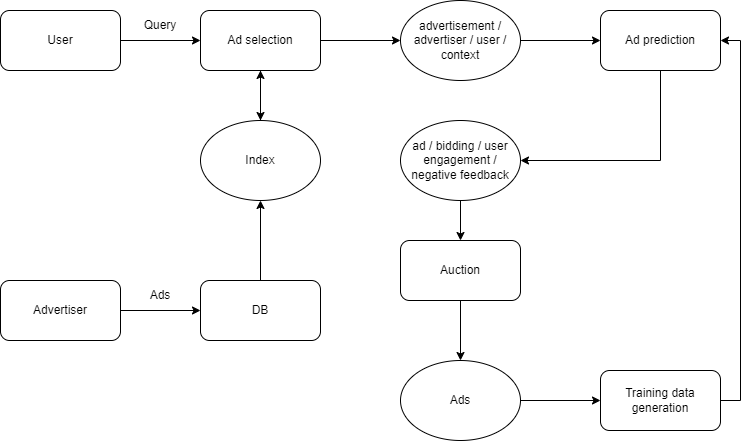
Earlier version of the draw.io export img/system-design/ad-prediction1.png (riehseun/riehseun.github.io). Source tidied: cells renumbered, new cells last; positions are measured from the earlier drawing's top-left corner, leaving out a move shared by most shapes.
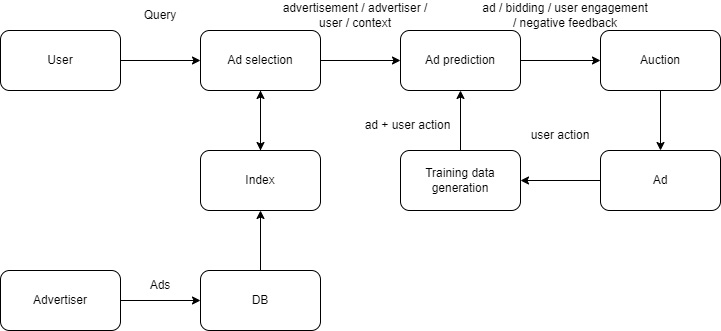
Above is the later version.

What changed in the source:
```diff
@@ -6,76 +6,80 @@
       <mxGeometry relative="1" as="geometry" />
     </mxCell>
     <mxCell id="3" value="User" style="rounded=1;whiteSpace=wrap;html=1;" parent="1" vertex="1">
-      <mxGeometry y="10" width="120" height="60" as="geometry" />
+      <mxGeometry y="110" width="120" height="60" as="geometry" />
     </mxCell>
-    <mxCell id="4" style="edgeStyle=orthogonalEdgeStyle;rounded=0;jettySize=auto;html=1;exitX=0.5;exitY=1;exitDx=0;exitDy=0;entryX=0.5;entryY=0;entryDx=0;entryDy=0;" parent="1" edge="1" source="6" target="9">
-      <mxGeometry relative="1" as="geometry" />
+    <mxCell id="4" style="edgeStyle=orthogonalEdgeStyle;rounded=0;jettySize=auto;html=1;exitX=0.5;exitY=1;exitDx=0;exitDy=0;entryX=0.5;entryY=0;entryDx=0;entryDy=0;" parent="1" edge="1" source="6">
+      <mxGeometry relative="1" as="geometry">
+        <mxPoint x="260" y="230" as="targetPoint" />
+      </mxGeometry>
     </mxCell>
-    <mxCell id="5" style="edgeStyle=orthogonalEdgeStyle;rounded=0;jettySize=auto;html=1;exitX=1;exitY=0.5;exitDx=0;exitDy=0;" parent="1" edge="1" source="6" target="16">
-      <mxGeometry relative="1" as="geometry" />
-    </mxCell>
+    <mxCell id="27" style="edgeStyle=orthogonalEdgeStyle;rounded=0;jettySize=auto;html=1;exitX=1;exitY=0.5;exitDx=0;exitDy=0;entryX=0;entryY=0.5;entryDx=0;entryDy=0;" parent="1" edge="1" source="6" target="18">
+      <mxGeometry relative="1" as="geometry" />
+    </mxCell>
     <mxCell id="6" value="Ad selection" style="rounded=1;whiteSpace=wrap;html=1;" parent="1" vertex="1">
-      <mxGeometry x="200" y="10" width="120" height="60" as="geometry" />
+      <mxGeometry x="200" y="110" width="120" height="60" as="geometry" />
     </mxCell>
     <mxCell id="7" value="Query" style="text;html=1;strokeColor=none;fillColor=none;align=center;verticalAlign=middle;whiteSpace=wrap;rounded=0;" parent="1" vertex="1">
-      <mxGeometry x="130" y="10" width="60" height="30" as="geometry" />
+      <mxGeometry x="130" y="80" width="60" height="30" as="geometry" />
     </mxCell>
-    <mxCell id="8" style="edgeStyle=orthogonalEdgeStyle;rounded=0;jettySize=auto;html=1;exitX=0.5;exitY=0;exitDx=0;exitDy=0;" parent="1" edge="1" source="9" target="6">
-      <mxGeometry relative="1" as="geometry" />
+    <mxCell id="8" style="edgeStyle=orthogonalEdgeStyle;rounded=0;jettySize=auto;html=1;exitX=0.5;exitY=0;exitDx=0;exitDy=0;" parent="1" edge="1" target="6">
+      <mxGeometry relative="1" as="geometry">
+        <mxPoint x="260" y="230" as="sourcePoint" />
+      </mxGeometry>
     </mxCell>
-    <mxCell id="9" value="Index" style="ellipse;whiteSpace=wrap;html=1;" parent="1" vertex="1">
-      <mxGeometry x="200" y="120" width="120" height="80" as="geometry" />
-    </mxCell>
     <mxCell id="10" style="edgeStyle=orthogonalEdgeStyle;rounded=0;jettySize=auto;html=1;exitX=0.5;exitY=0;exitDx=0;exitDy=0;entryX=0.5;entryY=1;entryDx=0;entryDy=0;" parent="1" edge="1" source="11" target="9">
       <mxGeometry relative="1" as="geometry" />
     </mxCell>
     <mxCell id="11" value="DB" style="rounded=1;whiteSpace=wrap;html=1;" parent="1" vertex="1">
-      <mxGeometry x="200" y="280" width="120" height="60" as="geometry" />
+      <mxGeometry x="200" y="350" width="120" height="60" as="geometry" />
     </mxCell>
     <mxCell id="12" style="edgeStyle=orthogonalEdgeStyle;rounded=0;jettySize=auto;html=1;exitX=1;exitY=0.5;exitDx=0;exitDy=0;" parent="1" edge="1" source="13" target="11">
       <mxGeometry relative="1" as="geometry" />
     </mxCell>
     <mxCell id="13" value="Advertiser" style="rounded=1;whiteSpace=wrap;html=1;" parent="1" vertex="1">
-      <mxGeometry y="280" width="120" height="60" as="geometry" />
+      <mxGeometry y="350" width="120" height="60" as="geometry" />
     </mxCell>
     <mxCell id="14" value="Ads" style="text;html=1;strokeColor=none;fillColor=none;align=center;verticalAlign=middle;whiteSpace=wrap;rounded=0;" parent="1" vertex="1">
-      <mxGeometry x="130" y="280" width="60" height="30" as="geometry" />
+      <mxGeometry x="130" y="350" width="60" height="30" as="geometry" />
     </mxCell>
-    <mxCell id="15" style="edgeStyle=orthogonalEdgeStyle;rounded=0;jettySize=auto;html=1;exitX=1;exitY=0.5;exitDx=0;exitDy=0;entryX=0;entryY=0.5;entryDx=0;entryDy=0;" parent="1" edge="1" source="16" target="18">
-      <mxGeometry relative="1" as="geometry" />
-    </mxCell>
+    <mxCell id="9" value="Index" style="rounded=1;whiteSpace=wrap;html=1;" parent="1" vertex="1">
+      <mxGeometry x="200" y="230" width="120" height="60" as="geometry" />
+    </mxCell>
+    <mxCell id="28" style="edgeStyle=orthogonalEdgeStyle;rounded=0;jettySize=auto;html=1;exitX=1;exitY=0.5;exitDx=0;exitDy=0;entryX=0;entryY=0.5;entryDx=0;entryDy=0;" parent="1" edge="1" source="18" target="22">
+      <mxGeometry relative="1" as="geometry" />
+    </mxCell>
+    <mxCell id="18" value="Ad prediction" style="rounded=1;whiteSpace=wrap;html=1;" parent="1" vertex="1">
+      <mxGeometry x="400" y="110" width="120" height="60" as="geometry" />
+    </mxCell>
+    <mxCell id="29" style="edgeStyle=orthogonalEdgeStyle;rounded=0;jettySize=auto;html=1;exitX=0.5;exitY=1;exitDx=0;exitDy=0;entryX=0.5;entryY=0;entryDx=0;entryDy=0;" parent="1" edge="1" source="22" target="31">
+      <mxGeometry relative="1" as="geometry" />
+    </mxCell>
+    <mxCell id="22" value="Auction" style="rounded=1;whiteSpace=wrap;html=1;" parent="1" vertex="1">
+      <mxGeometry x="600" y="110" width="120" height="60" as="geometry" />
+    </mxCell>
-    <mxCell id="16" value="advertisement / advertiser / user / context" style="ellipse;whiteSpace=wrap;html=1;" parent="1" vertex="1">
-      <mxGeometry x="400" width="120" height="80" as="geometry" />
+    <mxCell id="16" value="advertisement / advertiser / user / context" style="text;html=1;strokeColor=none;fillColor=none;align=center;verticalAlign=middle;whiteSpace=wrap;rounded=0;" parent="1" vertex="1">
+      <mxGeometry x="280" y="80" width="150" height="30" as="geometry" />
     </mxCell>
-    <mxCell id="17" style="edgeStyle=orthogonalEdgeStyle;rounded=0;jettySize=auto;html=1;exitX=0.5;exitY=1;exitDx=0;exitDy=0;entryX=1;entryY=0.5;entryDx=0;entryDy=0;" parent="1" edge="1" source="18" target="20">
-      <mxGeometry relative="1" as="geometry" />
-    </mxCell>
-    <mxCell id="18" value="Ad prediction" style="rounded=1;whiteSpace=wrap;html=1;" parent="1" vertex="1">
-      <mxGeometry x="600" y="10" width="120" height="60" as="geometry" />
-    </mxCell>
-    <mxCell id="19" style="edgeStyle=orthogonalEdgeStyle;rounded=0;jettySize=auto;html=1;exitX=0.5;exitY=1;exitDx=0;exitDy=0;entryX=0.5;entryY=0;entryDx=0;entryDy=0;" parent="1" edge="1" source="20" target="22">
-      <mxGeometry relative="1" as="geometry" />
-    </mxCell>
-    <mxCell id="20" value="ad / bidding / user engagement / negative feedback" style="ellipse;whiteSpace=wrap;html=1;" parent="1" vertex="1">
-      <mxGeometry x="400" y="120" width="120" height="80" as="geometry" />
+    <mxCell id="20" value="ad / bidding / user engagement / negative feedback" style="text;html=1;strokeColor=none;fillColor=none;align=center;verticalAlign=middle;whiteSpace=wrap;rounded=0;" parent="1" vertex="1">
+      <mxGeometry x="480" y="80" width="170" height="30" as="geometry" />
     </mxCell>
-    <mxCell id="21" style="edgeStyle=orthogonalEdgeStyle;rounded=0;jettySize=auto;html=1;exitX=0.5;exitY=1;exitDx=0;exitDy=0;" parent="1" edge="1" source="22" target="24">
-      <mxGeometry relative="1" as="geometry" />
-    </mxCell>
-    <mxCell id="22" value="Auction" style="rounded=1;whiteSpace=wrap;html=1;" parent="1" vertex="1">
-      <mxGeometry x="400" y="240" width="120" height="60" as="geometry" />
-    </mxCell>
-    <mxCell id="23" style="edgeStyle=orthogonalEdgeStyle;rounded=0;jettySize=auto;html=1;exitX=1;exitY=0.5;exitDx=0;exitDy=0;entryX=0;entryY=0.5;entryDx=0;entryDy=0;" parent="1" edge="1" source="24" target="26">
-      <mxGeometry relative="1" as="geometry" />
-    </mxCell>
-    <mxCell id="24" value="Ads" style="ellipse;whiteSpace=wrap;html=1;" parent="1" vertex="1">
-      <mxGeometry x="400" y="360" width="120" height="80" as="geometry" />
-    </mxCell>
+    <mxCell id="30" style="edgeStyle=orthogonalEdgeStyle;rounded=0;jettySize=auto;html=1;exitX=0;exitY=0.5;exitDx=0;exitDy=0;entryX=1;entryY=0.5;entryDx=0;entryDy=0;" parent="1" edge="1" source="31" target="26">
+      <mxGeometry relative="1" as="geometry" />
+    </mxCell>
+    <mxCell id="31" value="Ad" style="rounded=1;whiteSpace=wrap;html=1;" parent="1" vertex="1">
+      <mxGeometry x="600" y="230" width="120" height="60" as="geometry" />
+    </mxCell>
-    <mxCell id="25" style="edgeStyle=orthogonalEdgeStyle;rounded=0;jettySize=auto;html=1;exitX=1;exitY=0.5;exitDx=0;exitDy=0;entryX=1;entryY=0.5;entryDx=0;entryDy=0;" parent="1" edge="1" source="26" target="18">
+    <mxCell id="25" style="edgeStyle=orthogonalEdgeStyle;rounded=0;jettySize=auto;html=1;exitX=0.5;exitY=0;exitDx=0;exitDy=0;entryX=0.5;entryY=1;entryDx=0;entryDy=0;" parent="1" edge="1" source="26" target="18">
       <mxGeometry relative="1" as="geometry" />
     </mxCell>
     <mxCell id="26" value="Training data generation" style="rounded=1;whiteSpace=wrap;html=1;" parent="1" vertex="1">
-      <mxGeometry x="600" y="370" width="120" height="60" as="geometry" />
+      <mxGeometry x="400" y="230" width="120" height="60" as="geometry" />
     </mxCell>
+    <mxCell id="32" value="user action" style="text;html=1;strokeColor=none;fillColor=none;align=center;verticalAlign=middle;whiteSpace=wrap;rounded=0;" parent="1" vertex="1">
+      <mxGeometry x="520" y="200" width="80" height="30" as="geometry" />
+    </mxCell>
+    <mxCell id="33" value="ad + user action" style="text;html=1;strokeColor=none;fillColor=none;align=center;verticalAlign=middle;whiteSpace=wrap;rounded=0;" parent="1" vertex="1">
+      <mxGeometry x="360" y="190" width="95" height="30" as="geometry" />
+    </mxCell>
   </root>
 </mxGraphModel>
```
